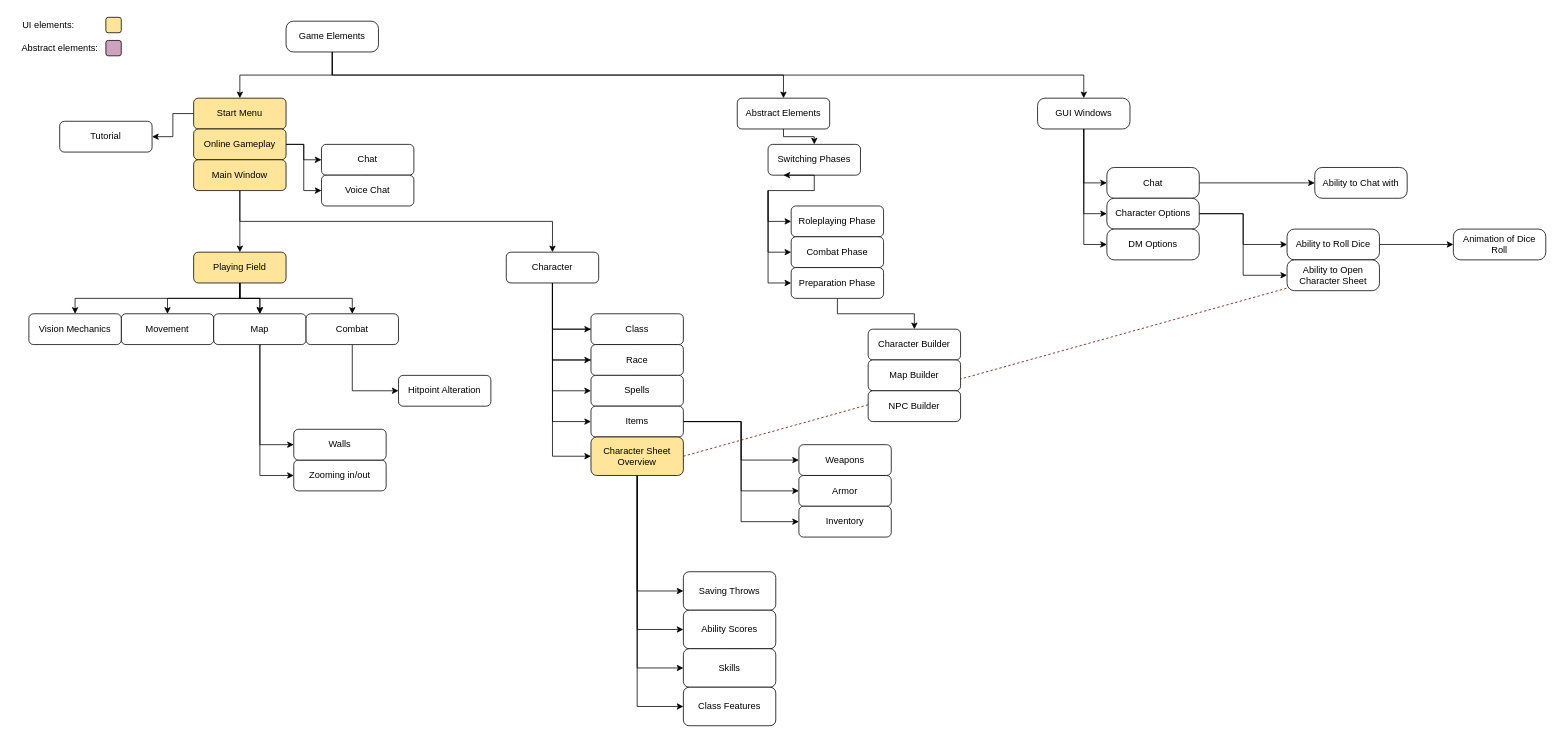
The draw.io diagram Dependency graph.drawio in Nemijt03/Dnd-Simulator, before the edit. Source tidied: cells renumbered, new cells numbered last; positions are measured from the earlier drawing's top-left corner, leaving out a move shared by most shapes. Both pictures are drawn from the tidied source at 77%, with x=0, y=0 at pixel (13, 13).
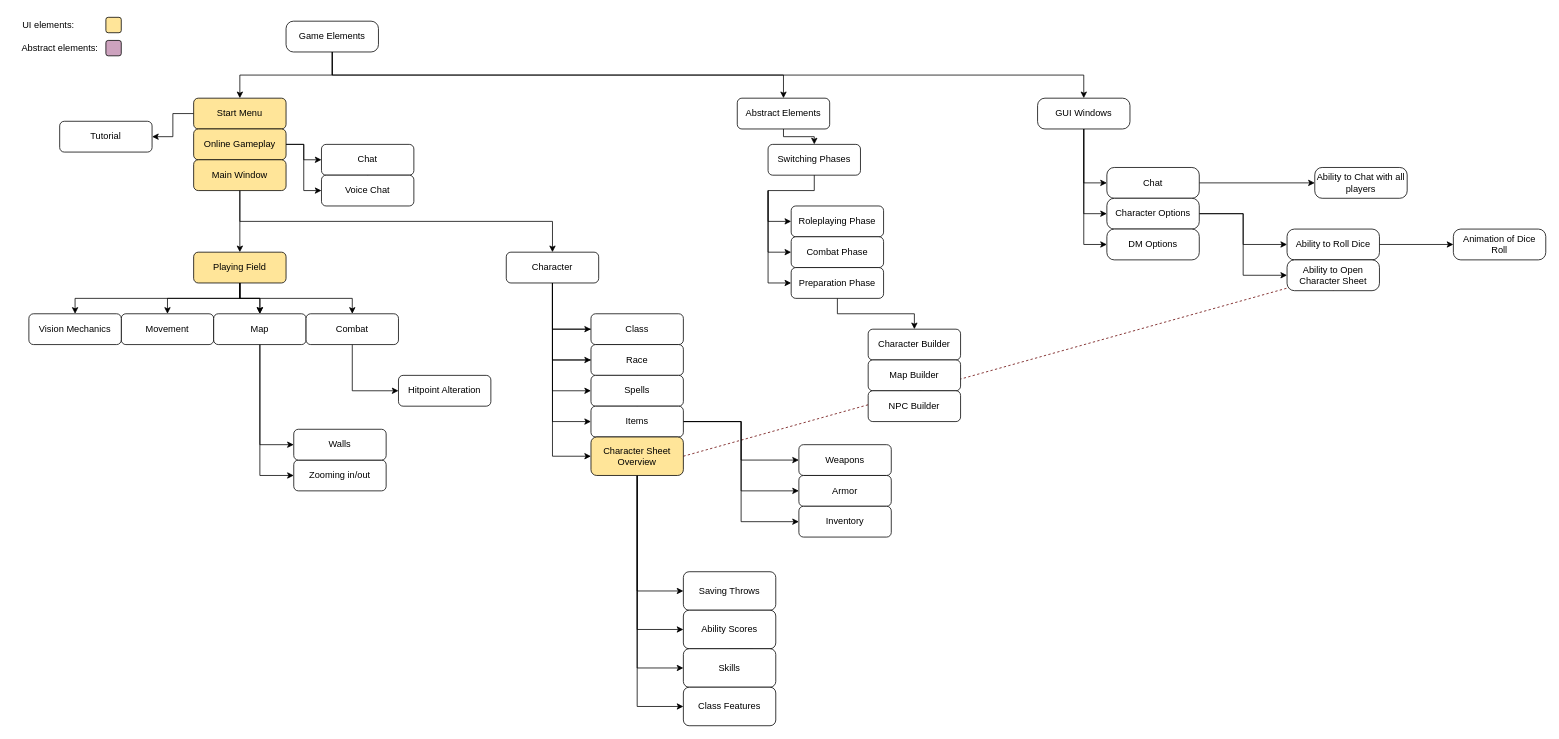
The same page after the edit.

The change refers to these unchanged cells:
```xml
<mxCell id="20" value="Switching Phases" style="rounded=1;whiteSpace=wrap;html=1;" parent="1" vertex="1">
  <mxGeometry x="980" y="170" width="120" height="40" as="geometry" />
</mxCell>
```

Diff of the diagram source:
```diff
@@
-    <mxCell id="21" style="endArrow=classic;html=1;rounded=0;exitX=0.5;exitY=1;exitDx=0;exitDy=0;" parent="1" edge="1" source="20">
-      <mxGeometry relative="1" as="geometry">
-        <mxPoint x="1000" y="210" as="targetPoint" />
-      </mxGeometry>
-    </mxCell>
@@
-    <mxCell id="94" value="Ability to Chat with" style="rounded=1;whiteSpace=wrap;html=1;arcSize=24;" parent="1" vertex="1">
+    <mxCell id="94" value="Ability to Chat with all players" style="rounded=1;whiteSpace=wrap;html=1;arcSize=24;" parent="1" vertex="1">
       <mxGeometry x="1690" y="200" width="120" height="40" as="geometry" />
     </mxCell>
```
